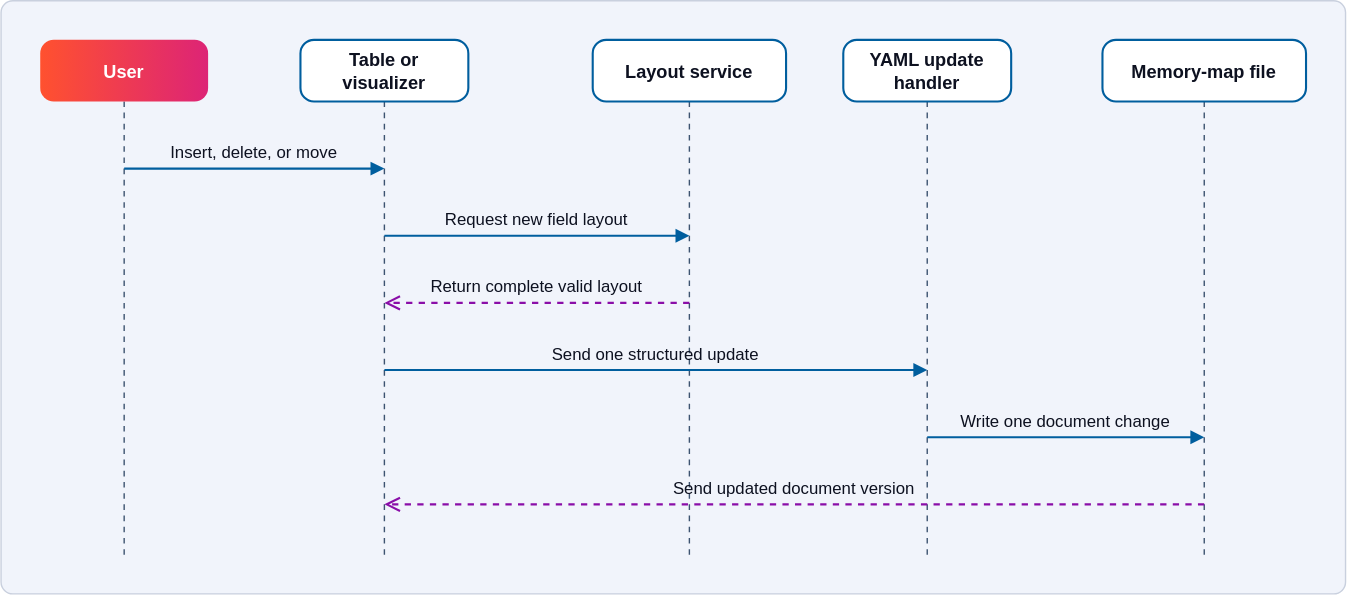
Earlier version of the draw.io export docs/images/diagrams/architecture-bit-field-handling-3.drawio.svg (bleviet/ipcraft-vscode). Source tidied: cells renumbered, new cells last; positions are measured from the earlier drawing's top-left corner, leaving out a move shared by most shapes.
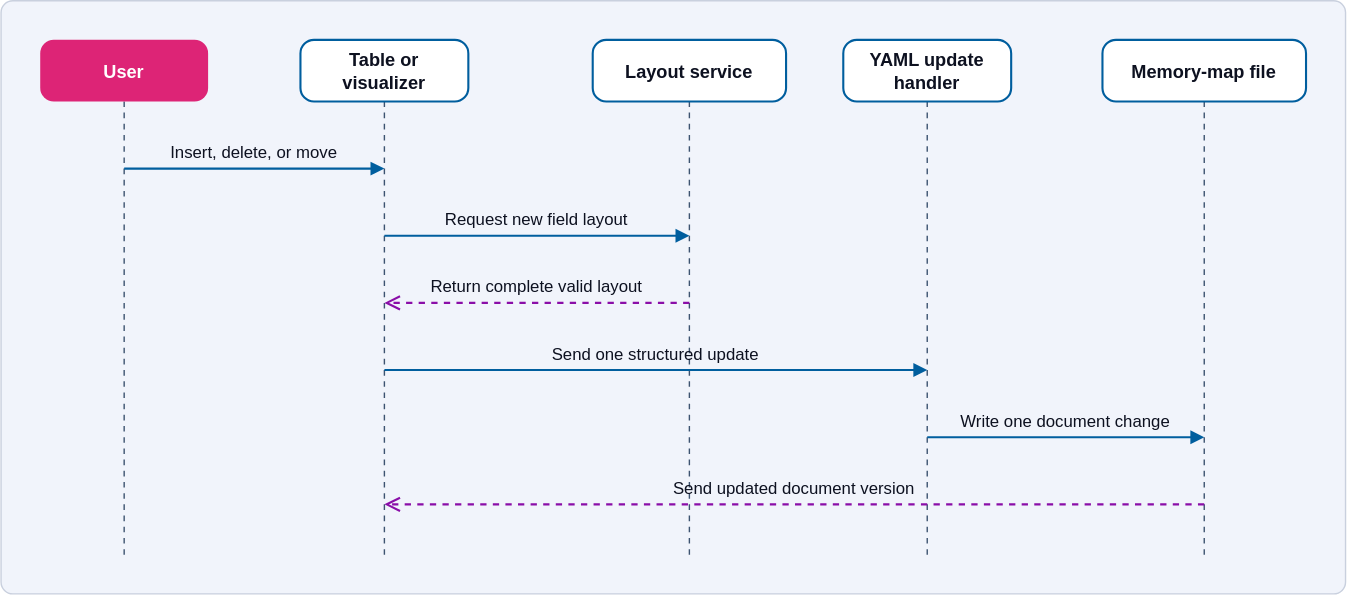
After the commit.

Change to the diagram source:
```diff
@@ -12,7 +12,7 @@
         <mxPoint x="88" y="396" as="targetPoint" />
       </mxGeometry>
     </mxCell>
-    <mxCell id="5" value="User" style="fontFamily=Manrope, Helvetica, Arial, sans-serif;fontSize=13;fontStyle=1;rounded=1;arcSize=22;fillColor=#ff512f;gradientColor=#dd2476;gradientDirection=east;strokeColor=none;fontColor=#ffffff;" parent="3" vertex="1">
+    <mxCell id="5" value="User" style="fontFamily=Manrope, Helvetica, Arial, sans-serif;fontSize=13;fontStyle=1;rounded=1;arcSize=22;fillColor=#dd2476;strokeColor=none;fontColor=#ffffff;" parent="3" vertex="1">
       <mxGeometry x="28" y="28" width="120" height="44" as="geometry" />
     </mxCell>
     <mxCell id="6" style="endArrow=none;dashed=1;dashPattern=4 4;strokeColor=#3d5370;strokeWidth=1;" parent="3" edge="1">
```
